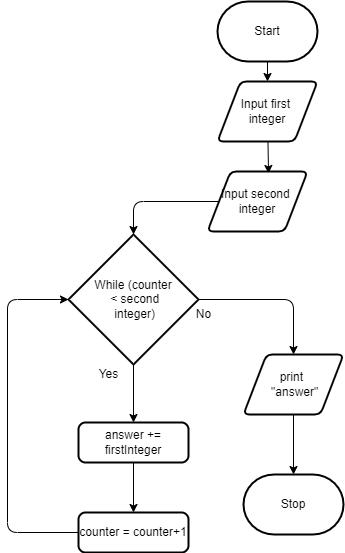
marshall-demars/ICS20-Unit5-06-JS keeps this draw.io diagram as design/flowchart.png. Above is the earlier version. Source tidied: cells renumbered, new cells last; positions are measured from the earlier drawing's top-left corner, leaving out a move shared by most shapes.
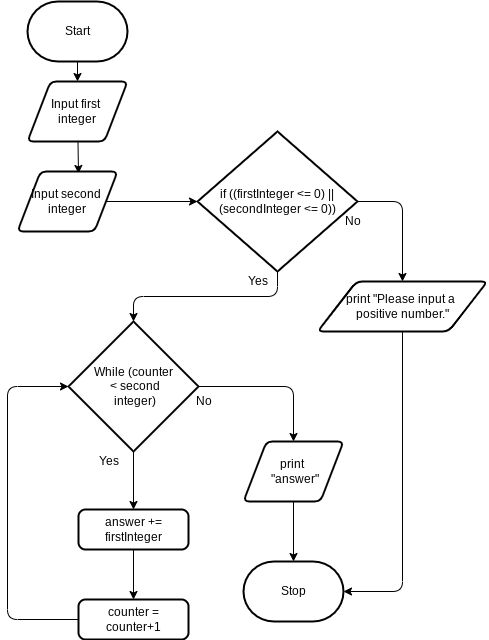
The same file after the commit.

Diff of the diagram source:
```diff
@@ -6,19 +6,19 @@
       <mxGeometry relative="1" as="geometry" />
     </mxCell>
     <mxCell id="3" value="Start" style="strokeWidth=2;html=1;shape=mxgraph.flowchart.terminator;whiteSpace=wrap;" parent="1" vertex="1">
-      <mxGeometry x="210" width="100" height="60" as="geometry" />
+      <mxGeometry x="20" y="-87" width="100" height="60" as="geometry" />
     </mxCell>
     <mxCell id="4" style="edgeStyle=none;html=1;entryX=0.61;entryY=0.033;entryDx=0;entryDy=0;entryPerimeter=0;" parent="1" edge="1" source="5" target="7">
       <mxGeometry relative="1" as="geometry" />
     </mxCell>
     <mxCell id="5" value="Input first&amp;nbsp;&lt;br&gt;integer" style="shape=parallelogram;html=1;strokeWidth=2;perimeter=parallelogramPerimeter;whiteSpace=wrap;rounded=1;arcSize=12;size=0.23;" parent="1" vertex="1">
-      <mxGeometry x="210" y="80" width="100" height="60" as="geometry" />
+      <mxGeometry x="20" y="-7" width="100" height="60" as="geometry" />
     </mxCell>
-    <mxCell id="6" style="edgeStyle=orthogonalEdgeStyle;html=1;entryX=0.5;entryY=0;entryDx=0;entryDy=0;entryPerimeter=0;" parent="1" edge="1" source="7" target="10">
-      <mxGeometry relative="1" as="geometry" />
-    </mxCell>
+    <mxCell id="20" style="edgeStyle=none;html=1;entryX=0;entryY=0.5;entryDx=0;entryDy=0;entryPerimeter=0;" parent="1" edge="1" source="7" target="23">
+      <mxGeometry relative="1" as="geometry" />
+    </mxCell>
     <mxCell id="7" value="Input second&amp;nbsp;&lt;br&gt;integer" style="shape=parallelogram;html=1;strokeWidth=2;perimeter=parallelogramPerimeter;whiteSpace=wrap;rounded=1;arcSize=12;size=0.23;" parent="1" vertex="1">
-      <mxGeometry x="200" y="170" width="100" height="60" as="geometry" />
+      <mxGeometry x="10" y="83" width="100" height="60" as="geometry" />
     </mxCell>
     <mxCell id="8" style="edgeStyle=orthogonalEdgeStyle;html=1;entryX=0.5;entryY=0;entryDx=0;entryDy=0;" parent="1" edge="1" source="10" target="16">
       <mxGeometry relative="1" as="geometry" />
@@ -61,5 +61,30 @@
     <mxCell id="19" value="answer += firstInteger" style="rounded=1;whiteSpace=wrap;html=1;absoluteArcSize=1;arcSize=14;strokeWidth=2;" parent="1" vertex="1">
       <mxGeometry x="71" y="421" width="110" height="40" as="geometry" />
     </mxCell>
+    <mxCell id="21" style="edgeStyle=orthogonalEdgeStyle;html=1;entryX=0.5;entryY=0;entryDx=0;entryDy=0;entryPerimeter=0;" parent="1" edge="1" source="23" target="10">
+      <mxGeometry relative="1" as="geometry" />
+    </mxCell>
+    <mxCell id="22" style="edgeStyle=orthogonalEdgeStyle;html=1;entryX=0.5;entryY=0;entryDx=0;entryDy=0;" parent="1" edge="1" source="23" target="27">
+      <mxGeometry relative="1" as="geometry">
+        <Array as="points">
+          <mxPoint x="395" y="113" />
+        </Array>
+      </mxGeometry>
+    </mxCell>
+    <mxCell id="23" value="if ((firstInteger &amp;lt;= 0) || (secondInteger &amp;lt;= 0))" style="strokeWidth=2;html=1;shape=mxgraph.flowchart.decision;whiteSpace=wrap;" parent="1" vertex="1">
+      <mxGeometry x="190" y="43" width="160" height="140" as="geometry" />
+    </mxCell>
+    <mxCell id="24" value="Yes" style="text;html=1;align=center;verticalAlign=middle;strokeColor=none;fillColor=none;" parent="1" vertex="1">
+      <mxGeometry x="230" y="183" width="40" height="20" as="geometry" />
+    </mxCell>
+    <mxCell id="25" value="No" style="text;html=1;align=center;verticalAlign=middle;strokeColor=none;fillColor=none;" parent="1" vertex="1">
+      <mxGeometry x="330" y="123" width="30" height="20" as="geometry" />
+    </mxCell>
+    <mxCell id="26" style="edgeStyle=orthogonalEdgeStyle;html=1;entryX=1;entryY=0.5;entryDx=0;entryDy=0;entryPerimeter=0;" parent="1" edge="1" source="27" target="17">
+      <mxGeometry relative="1" as="geometry" />
+    </mxCell>
+    <mxCell id="27" value="print &quot;Please input a &lt;br&gt;positive number.&quot;" style="shape=parallelogram;html=1;strokeWidth=2;perimeter=parallelogramPerimeter;whiteSpace=wrap;rounded=1;arcSize=12;size=0.23;" parent="1" vertex="1">
+      <mxGeometry x="310" y="193" width="170" height="50" as="geometry" />
+    </mxCell>
   </root>
 </mxGraphModel>
```
